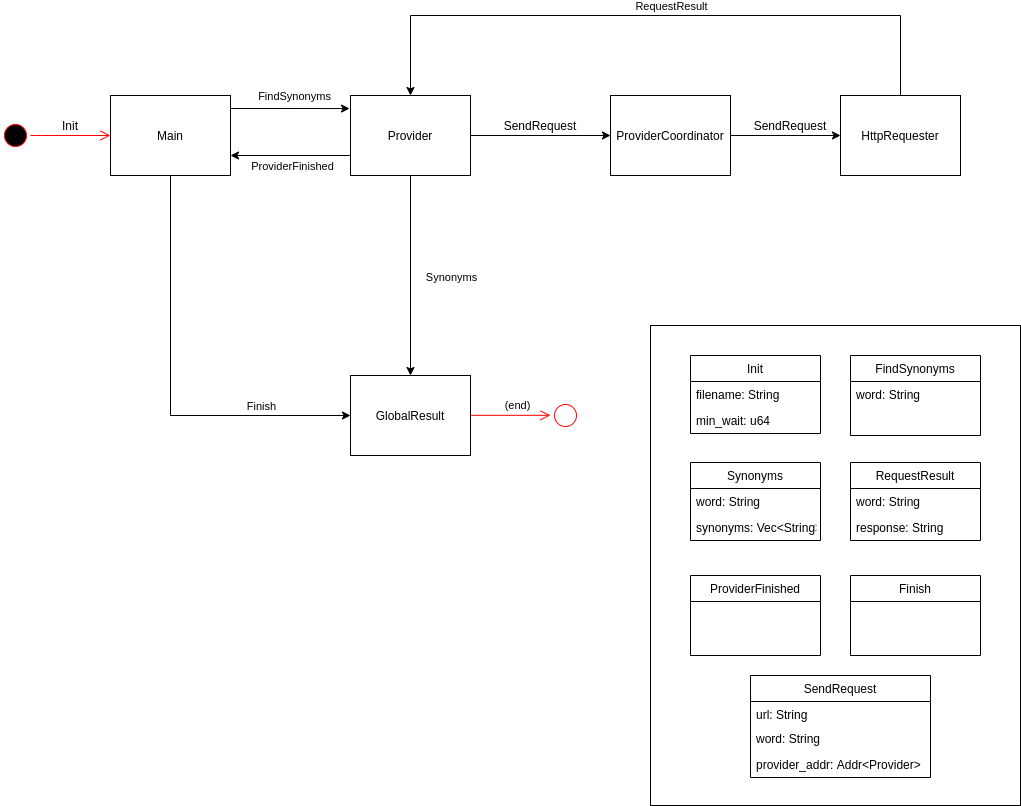
The draw.io diagram Informe/esquema-actores.png in dylanalvarez/tp2_concurrentes, before a commit. Source tidied: cells renumbered, new cells last; positions are measured from the earlier drawing's top-left corner, leaving out a move shared by most shapes. The source it was exported from:
```xml
<mxGraphModel>
  <root>
    <mxCell id="0" />
    <mxCell id="1" parent="0" />
    <mxCell id="2" style="edgeStyle=orthogonalEdgeStyle;rounded=0;jettySize=auto;html=1;entryX=-0.008;entryY=0.163;entryDx=0;entryDy=0;entryPerimeter=0;exitX=1;exitY=0.25;exitDx=0;exitDy=0;" parent="1" edge="1" source="6" target="16">
      <mxGeometry relative="1" as="geometry">
        <Array as="points">
          <mxPoint x="230" y="93" />
        </Array>
      </mxGeometry>
    </mxCell>
    <mxCell id="3" value="FindSynonyms" style="edgeLabel;html=1;align=center;verticalAlign=middle;" parent="2" vertex="1">
      <mxGeometry x="-0.32" y="-3" relative="1" as="geometry">
        <mxPoint x="27" y="-16" as="offset" />
      </mxGeometry>
    </mxCell>
    <mxCell id="4" style="edgeStyle=orthogonalEdgeStyle;rounded=0;jettySize=auto;html=1;entryX=0;entryY=0.5;entryDx=0;entryDy=0;" parent="1" edge="1" source="6" target="7">
      <mxGeometry relative="1" as="geometry">
        <Array as="points">
          <mxPoint x="170" y="400" />
        </Array>
      </mxGeometry>
    </mxCell>
    <mxCell id="5" value="Finish" style="edgeLabel;html=1;align=center;verticalAlign=middle;" parent="4" vertex="1">
      <mxGeometry x="0.4" y="1" relative="1" as="geometry">
        <mxPoint x="35" y="-9" as="offset" />
      </mxGeometry>
    </mxCell>
    <mxCell id="6" value="&lt;div&gt;Main&lt;/div&gt;" style="rounded=0;whiteSpace=wrap;html=1;" parent="1" vertex="1">
      <mxGeometry x="110" y="80" width="120" height="80" as="geometry" />
    </mxCell>
    <mxCell id="7" value="GlobalResult" style="rounded=0;whiteSpace=wrap;html=1;" parent="1" vertex="1">
      <mxGeometry x="350" y="360" width="120" height="80" as="geometry" />
    </mxCell>
    <mxCell id="8" style="edgeStyle=orthogonalEdgeStyle;rounded=0;jettySize=auto;html=1;entryX=0.5;entryY=0;entryDx=0;entryDy=0;" parent="1" edge="1" source="10" target="16">
      <mxGeometry relative="1" as="geometry">
        <Array as="points">
          <mxPoint x="900" />
          <mxPoint x="410" />
        </Array>
      </mxGeometry>
    </mxCell>
    <mxCell id="9" value="RequestResult" style="edgeLabel;html=1;align=center;verticalAlign=middle;" parent="8" vertex="1">
      <mxGeometry x="-0.07" y="4" relative="1" as="geometry">
        <mxPoint x="-8" y="-14" as="offset" />
      </mxGeometry>
    </mxCell>
    <mxCell id="10" value="HttpRequester" style="rounded=0;whiteSpace=wrap;html=1;" parent="1" vertex="1">
      <mxGeometry x="840" y="80" width="120" height="80" as="geometry" />
    </mxCell>
    <mxCell id="11" style="edgeStyle=orthogonalEdgeStyle;rounded=0;jettySize=auto;html=1;entryX=0;entryY=0.5;entryDx=0;entryDy=0;" parent="1" edge="1" source="16" target="18">
      <mxGeometry relative="1" as="geometry" />
    </mxCell>
    <mxCell id="12" style="edgeStyle=orthogonalEdgeStyle;rounded=0;jettySize=auto;html=1;entryX=0.5;entryY=0;entryDx=0;entryDy=0;" parent="1" edge="1" source="16" target="7">
      <mxGeometry relative="1" as="geometry">
        <Array as="points">
          <mxPoint x="410" y="360" />
        </Array>
      </mxGeometry>
    </mxCell>
    <mxCell id="13" value="Synonyms" style="edgeLabel;html=1;align=center;verticalAlign=middle;" parent="12" vertex="1">
      <mxGeometry x="-0.14" y="1" relative="1" as="geometry">
        <mxPoint x="39" y="14" as="offset" />
      </mxGeometry>
    </mxCell>
    <mxCell id="14" style="edgeStyle=orthogonalEdgeStyle;rounded=0;jettySize=auto;html=1;exitX=0;exitY=0.75;exitDx=0;exitDy=0;entryX=1;entryY=0.75;entryDx=0;entryDy=0;" parent="1" edge="1" source="16" target="6">
      <mxGeometry relative="1" as="geometry" />
    </mxCell>
    <mxCell id="15" value="ProviderFinished" style="edgeLabel;html=1;align=center;verticalAlign=middle;" parent="14" vertex="1">
      <mxGeometry x="-0.18" relative="1" as="geometry">
        <mxPoint x="-11" y="10" as="offset" />
      </mxGeometry>
    </mxCell>
    <mxCell id="16" value="Provider" style="rounded=0;whiteSpace=wrap;html=1;" parent="1" vertex="1">
      <mxGeometry x="350" y="80" width="120" height="80" as="geometry" />
    </mxCell>
    <mxCell id="17" style="edgeStyle=orthogonalEdgeStyle;rounded=0;jettySize=auto;html=1;entryX=0;entryY=0.5;entryDx=0;entryDy=0;" parent="1" edge="1" source="18" target="10">
      <mxGeometry relative="1" as="geometry" />
    </mxCell>
    <mxCell id="18" value="ProviderCoordinator" style="rounded=0;whiteSpace=wrap;html=1;" parent="1" vertex="1">
      <mxGeometry x="610" y="80" width="120" height="80" as="geometry" />
    </mxCell>
    <mxCell id="19" value="SendRequest" style="text;html=1;strokeColor=none;fillColor=none;align=center;verticalAlign=middle;whiteSpace=wrap;rounded=0;" parent="1" vertex="1">
      <mxGeometry x="520" y="100" width="40" height="20" as="geometry" />
    </mxCell>
    <mxCell id="20" value="SendRequest" style="text;html=1;strokeColor=none;fillColor=none;align=center;verticalAlign=middle;whiteSpace=wrap;rounded=0;" parent="1" vertex="1">
      <mxGeometry x="770" y="100" width="40" height="20" as="geometry" />
    </mxCell>
    <mxCell id="21" style="ellipse;html=1;shape=startState;fillColor=#000000;strokeColor=#ff0000;" parent="1" vertex="1">
      <mxGeometry y="105" width="30" height="30" as="geometry" />
    </mxCell>
    <mxCell id="22" style="edgeStyle=orthogonalEdgeStyle;html=1;verticalAlign=bottom;endArrow=open;endSize=8;strokeColor=#ff0000;entryX=0;entryY=0.5;entryDx=0;entryDy=0;" parent="1" edge="1" source="21" target="6">
      <mxGeometry relative="1" as="geometry">
        <Array as="points">
          <mxPoint x="40" y="120" />
          <mxPoint x="40" y="120" />
        </Array>
      </mxGeometry>
    </mxCell>
    <mxCell id="23" style="ellipse;html=1;shape=startState;strokeColor=#ff0000;fillColor=none;" parent="1" vertex="1">
      <mxGeometry x="550" y="385" width="30" height="30" as="geometry" />
    </mxCell>
    <mxCell id="24" style="edgeStyle=orthogonalEdgeStyle;html=1;verticalAlign=bottom;endArrow=open;endSize=8;strokeColor=#ff0000;entryX=0;entryY=0.5;entryDx=0;entryDy=0;" parent="1" edge="1">
      <mxGeometry relative="1" as="geometry">
        <mxPoint x="470" y="399.8" as="sourcePoint" />
        <mxPoint x="550" y="399.8" as="targetPoint" />
        <Array as="points">
          <mxPoint x="480" y="399.8" />
          <mxPoint x="480" y="399.8" />
        </Array>
      </mxGeometry>
    </mxCell>
    <mxCell id="25" value="(end)" style="edgeLabel;html=1;align=center;verticalAlign=middle;" parent="1" vertex="1">
      <mxGeometry x="100" y="120" as="geometry">
        <mxPoint x="416" y="269" as="offset" />
      </mxGeometry>
    </mxCell>
    <mxCell id="26" value="Init" style="text;html=1;strokeColor=none;fillColor=none;align=center;verticalAlign=middle;whiteSpace=wrap;rounded=0;" parent="1" vertex="1">
      <mxGeometry x="50" y="100" width="40" height="20" as="geometry" />
    </mxCell>
    <mxCell id="27" style="rounded=0;whiteSpace=wrap;html=1;" parent="1" vertex="1">
      <mxGeometry x="650" y="310" width="370" height="480" as="geometry" />
    </mxCell>
    <mxCell id="28" value="Init" style="swimlane;fontStyle=0;horizontal=1;startSize=26;fillColor=#ffffff;" parent="1" vertex="1">
      <mxGeometry x="690" y="340" width="130" height="78" as="geometry" />
    </mxCell>
    <mxCell id="29" value="filename: String" style="text;strokeColor=none;fillColor=none;align=left;verticalAlign=top;spacingLeft=4;spacingRight=4;overflow=hidden;" parent="28" vertex="1">
      <mxGeometry y="26" width="130" height="26" as="geometry" />
    </mxCell>
    <mxCell id="30" value="min_wait: u64" style="text;strokeColor=none;fillColor=none;align=left;verticalAlign=top;spacingLeft=4;spacingRight=4;overflow=hidden;" parent="28" vertex="1">
      <mxGeometry y="52" width="130" height="26" as="geometry" />
    </mxCell>
    <mxCell id="31" value="FindSynonyms" style="swimlane;fontStyle=0;horizontal=1;startSize=26;fillColor=#ffffff;" parent="1" vertex="1">
      <mxGeometry x="850" y="340" width="130" height="80" as="geometry" />
    </mxCell>
    <mxCell id="32" value="word: String" style="text;strokeColor=none;fillColor=none;align=left;verticalAlign=top;spacingLeft=4;spacingRight=4;overflow=hidden;" parent="31" vertex="1">
      <mxGeometry y="26" width="130" height="54" as="geometry" />
    </mxCell>
    <mxCell id="33" value="SendRequest" style="swimlane;fontStyle=0;horizontal=1;startSize=26;fillColor=#ffffff;" parent="1" vertex="1">
      <mxGeometry x="750" y="660" width="180" height="102" as="geometry" />
    </mxCell>
    <mxCell id="34" value="url: String" style="text;strokeColor=none;fillColor=none;align=left;verticalAlign=top;spacingLeft=4;spacingRight=4;overflow=hidden;" parent="33" vertex="1">
      <mxGeometry y="26" width="180" height="24" as="geometry" />
    </mxCell>
    <mxCell id="35" value="word: String" style="text;strokeColor=none;fillColor=none;align=left;verticalAlign=top;spacingLeft=4;spacingRight=4;overflow=hidden;" parent="33" vertex="1">
      <mxGeometry y="50" width="180" height="26" as="geometry" />
    </mxCell>
    <mxCell id="36" value="provider_addr: Addr&lt;Provider&gt;" style="text;strokeColor=none;fillColor=none;align=left;verticalAlign=top;spacingLeft=4;spacingRight=4;overflow=hidden;" parent="33" vertex="1">
      <mxGeometry y="76" width="180" height="26" as="geometry" />
    </mxCell>
    <mxCell id="37" value="RequestResult" style="swimlane;fontStyle=0;horizontal=1;startSize=26;fillColor=#ffffff;" parent="1" vertex="1">
      <mxGeometry x="850" y="447" width="130" height="78" as="geometry" />
    </mxCell>
    <mxCell id="38" value="word: String" style="text;strokeColor=none;fillColor=none;align=left;verticalAlign=top;spacingLeft=4;spacingRight=4;overflow=hidden;" parent="37" vertex="1">
      <mxGeometry y="26" width="130" height="26" as="geometry" />
    </mxCell>
    <mxCell id="39" value="response: String" style="text;strokeColor=none;fillColor=none;align=left;verticalAlign=top;spacingLeft=4;spacingRight=4;overflow=hidden;" parent="37" vertex="1">
      <mxGeometry y="52" width="130" height="26" as="geometry" />
    </mxCell>
    <mxCell id="40" value="Synonyms" style="swimlane;fontStyle=0;horizontal=1;startSize=26;fillColor=#ffffff;" parent="1" vertex="1">
      <mxGeometry x="690" y="447" width="130" height="78" as="geometry" />
    </mxCell>
    <mxCell id="41" value="word: String" style="text;strokeColor=none;fillColor=none;align=left;verticalAlign=top;spacingLeft=4;spacingRight=4;overflow=hidden;" parent="40" vertex="1">
      <mxGeometry y="26" width="130" height="26" as="geometry" />
    </mxCell>
    <mxCell id="42" value="synonyms: Vec&lt;String&gt;" style="text;strokeColor=none;fillColor=none;align=left;verticalAlign=top;spacingLeft=4;spacingRight=4;overflow=hidden;" parent="40" vertex="1">
      <mxGeometry y="52" width="130" height="26" as="geometry" />
    </mxCell>
    <mxCell id="43" value="ProviderFinished" style="swimlane;fontStyle=0;horizontal=1;startSize=26;fillColor=#ffffff;" parent="1" vertex="1">
      <mxGeometry x="690" y="560" width="130" height="80" as="geometry" />
    </mxCell>
    <mxCell id="44" value="Finish" style="swimlane;fontStyle=0;horizontal=1;startSize=26;fillColor=#ffffff;" parent="1" vertex="1">
      <mxGeometry x="850" y="560" width="130" height="80" as="geometry" />
    </mxCell>
  </root>
</mxGraphModel>
```
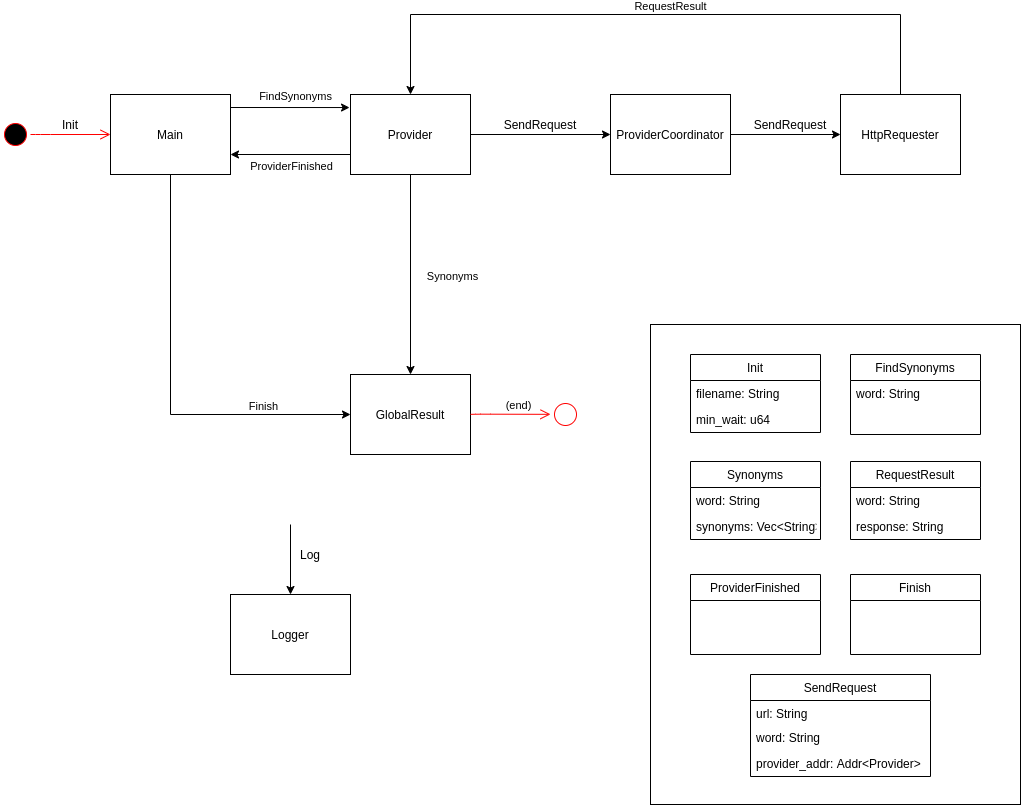
The same diagram one commit later.

The edit, as a diff of the source:
```diff
@@ -172,5 +172,16 @@
     <mxCell id="44" value="Finish" style="swimlane;fontStyle=0;horizontal=1;startSize=26;fillColor=#ffffff;" parent="1" vertex="1">
       <mxGeometry x="850" y="560" width="130" height="80" as="geometry" />
     </mxCell>
+    <mxCell id="45" value="&lt;div&gt;Logger&lt;/div&gt;" style="rounded=0;whiteSpace=wrap;html=1;" parent="1" vertex="1">
+      <mxGeometry x="230" y="580" width="120" height="80" as="geometry" />
+    </mxCell>
+    <mxCell id="46" style="endArrow=classic;html=1;entryX=0.5;entryY=0;entryDx=0;entryDy=0;" parent="1" edge="1" target="45">
+      <mxGeometry relative="1" as="geometry">
+        <mxPoint x="290" y="510" as="sourcePoint" />
+      </mxGeometry>
+    </mxCell>
+    <mxCell id="47" value="Log" style="text;html=1;strokeColor=none;fillColor=none;align=center;verticalAlign=middle;whiteSpace=wrap;rounded=0;" parent="1" vertex="1">
+      <mxGeometry x="290" y="530" width="40" height="20" as="geometry" />
+    </mxCell>
   </root>
 </mxGraphModel>
```
